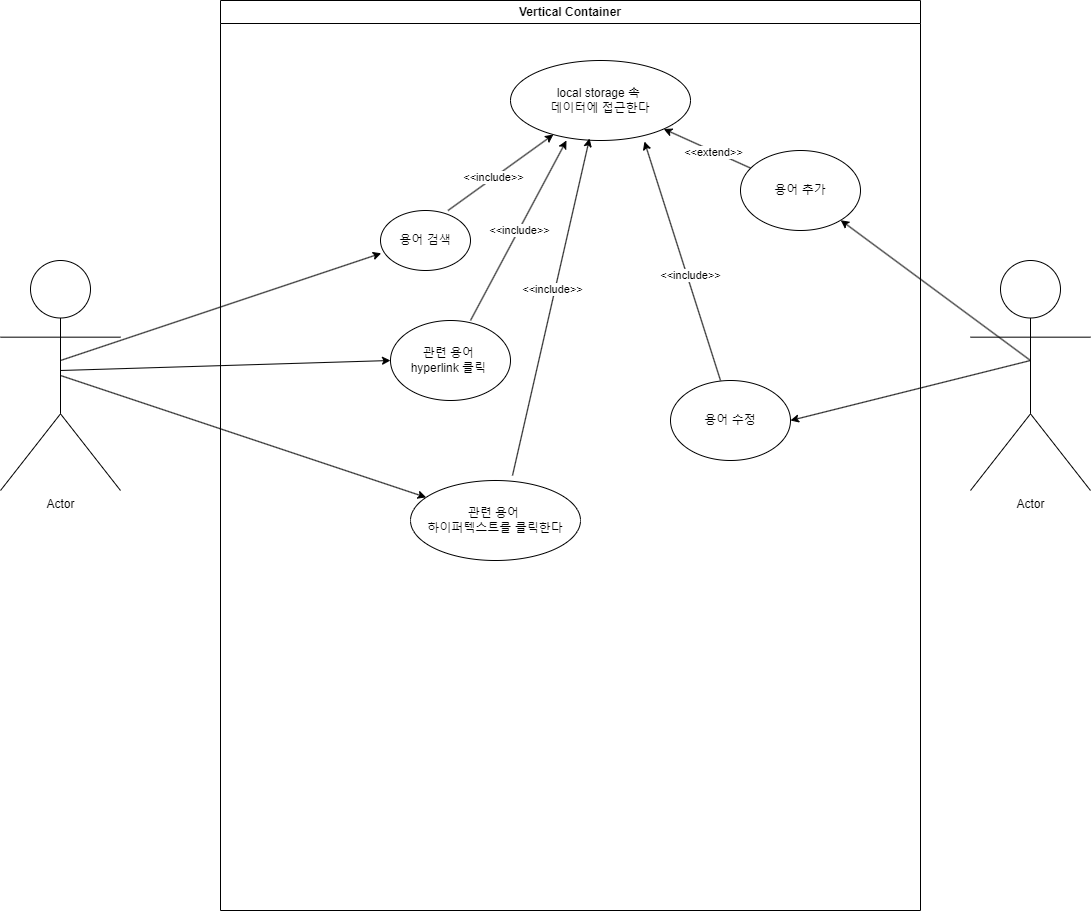
This is 용어사전web_mini_project.png from junHyeokP/Algorithm, a draw.io export, as it was before one commit. Source tidied: cells renumbered, new cells last; positions are measured from the earlier drawing's top-left corner, leaving out a move shared by most shapes.
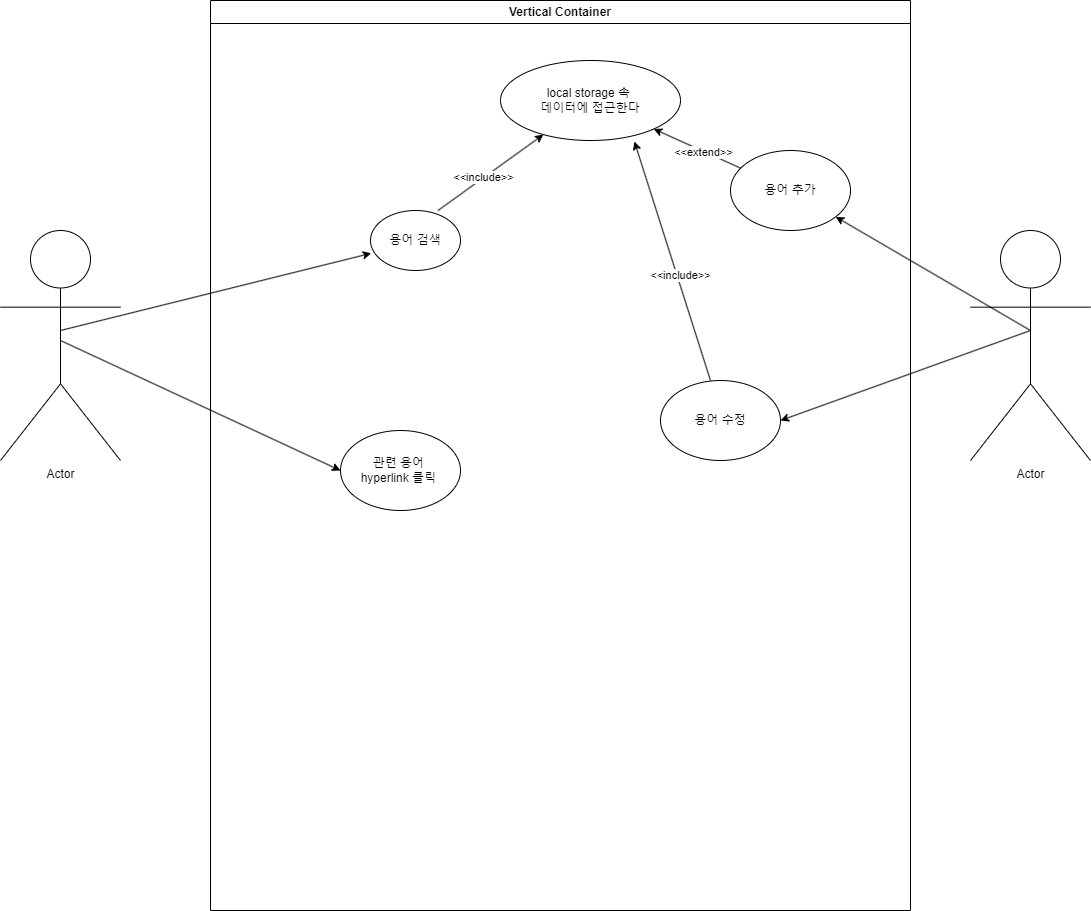
Later version of the same file.

Commit message:
용어사전web_mini_project.png 업데이트

The edit, as a diff of the source:
```diff
@@ -9,17 +9,14 @@
       <mxGeometry x="970" y="260" width="120" height="230" as="geometry" />
     </mxCell>
     <mxCell id="4" value="Vertical Container" style="swimlane;whiteSpace=wrap;html=1;" parent="1" vertex="1">
-      <mxGeometry x="220" width="700" height="910" as="geometry" />
+      <mxGeometry x="210" y="30" width="700" height="910" as="geometry" />
     </mxCell>
     <mxCell id="5" value="용어 검색" style="ellipse;whiteSpace=wrap;html=1;" parent="4" vertex="1">
       <mxGeometry x="160" y="210" width="90" height="60" as="geometry" />
     </mxCell>
     <mxCell id="6" value="&lt;span style=&quot;background-color: initial;&quot;&gt;관련 용어&amp;nbsp;&lt;/span&gt;&lt;div&gt;&lt;span style=&quot;background-color: initial;&quot;&gt;hyperlink&amp;nbsp;&lt;/span&gt;&lt;span style=&quot;background-color: initial;&quot;&gt;클릭&amp;nbsp;&lt;/span&gt;&lt;/div&gt;" style="ellipse;whiteSpace=wrap;html=1;" parent="4" vertex="1">
-      <mxGeometry x="170" y="320" width="120" height="80" as="geometry" />
+      <mxGeometry x="130" y="430" width="120" height="80" as="geometry" />
     </mxCell>
-    <mxCell id="7" value="관련 용어&amp;nbsp;&lt;div&gt;하이퍼텍스트를 클릭한다&lt;/div&gt;" style="ellipse;whiteSpace=wrap;html=1;" parent="4" vertex="1">
-      <mxGeometry x="190" y="480" width="170" height="80" as="geometry" />
-    </mxCell>
     <mxCell id="8" value="local storage 속&amp;nbsp;&lt;div&gt;데이터에 접근한다&lt;/div&gt;" style="ellipse;whiteSpace=wrap;html=1;" parent="4" vertex="1">
       <mxGeometry x="290" y="60" width="180" height="80" as="geometry" />
     </mxCell>
@@ -49,23 +46,6 @@
     <mxCell id="16" value="&amp;lt;&amp;lt;include&amp;gt;&amp;gt;" style="edgeLabel;html=1;align=center;verticalAlign=middle;" parent="15" vertex="1">
       <mxGeometry x="-0.12" y="-3" relative="1" as="geometry" />
     </mxCell>
-    <mxCell id="17" style="endArrow=classic;html=1;rounded=0;entryX=0.439;entryY=0.975;entryDx=0;entryDy=0;entryPerimeter=0;exitX=0.6;exitY=-0.062;exitDx=0;exitDy=0;exitPerimeter=0;" parent="4" edge="1" source="7" target="8">
-      <mxGeometry relative="1" as="geometry" />
-    </mxCell>
-    <mxCell id="18" value="&amp;lt;&amp;lt;include&amp;gt;&amp;gt;" style="edgeLabel;html=1;align=center;verticalAlign=middle;" parent="17" vertex="1">
-      <mxGeometry x="0.11" y="3" relative="1" as="geometry" />
-    </mxCell>
-    <mxCell id="19" style="endArrow=classic;html=1;rounded=0;entryX=0.311;entryY=1;entryDx=0;entryDy=0;entryPerimeter=0;" parent="4" edge="1" target="8">
-      <mxGeometry relative="1" as="geometry">
-        <mxPoint x="250" y="320" as="sourcePoint" />
-      </mxGeometry>
-    </mxCell>
-    <mxCell id="20" value="&amp;lt;&amp;lt;include&amp;gt;&amp;gt;" style="edgeLabel;html=1;align=center;verticalAlign=middle;" parent="19" vertex="1">
-      <mxGeometry x="0.01" relative="1" as="geometry" />
-    </mxCell>
-    <mxCell id="21" style="endArrow=classic;html=1;rounded=0;exitX=0.5;exitY=0.5;exitDx=0;exitDy=0;exitPerimeter=0;" parent="1" edge="1" source="2" target="7">
-      <mxGeometry relative="1" as="geometry" />
-    </mxCell>
     <mxCell id="22" style="endArrow=classic;html=1;rounded=0;entryX=0;entryY=0.5;entryDx=0;entryDy=0;" parent="1" edge="1" target="6">
       <mxGeometry relative="1" as="geometry">
         <mxPoint x="60" y="370" as="sourcePoint" />
```
